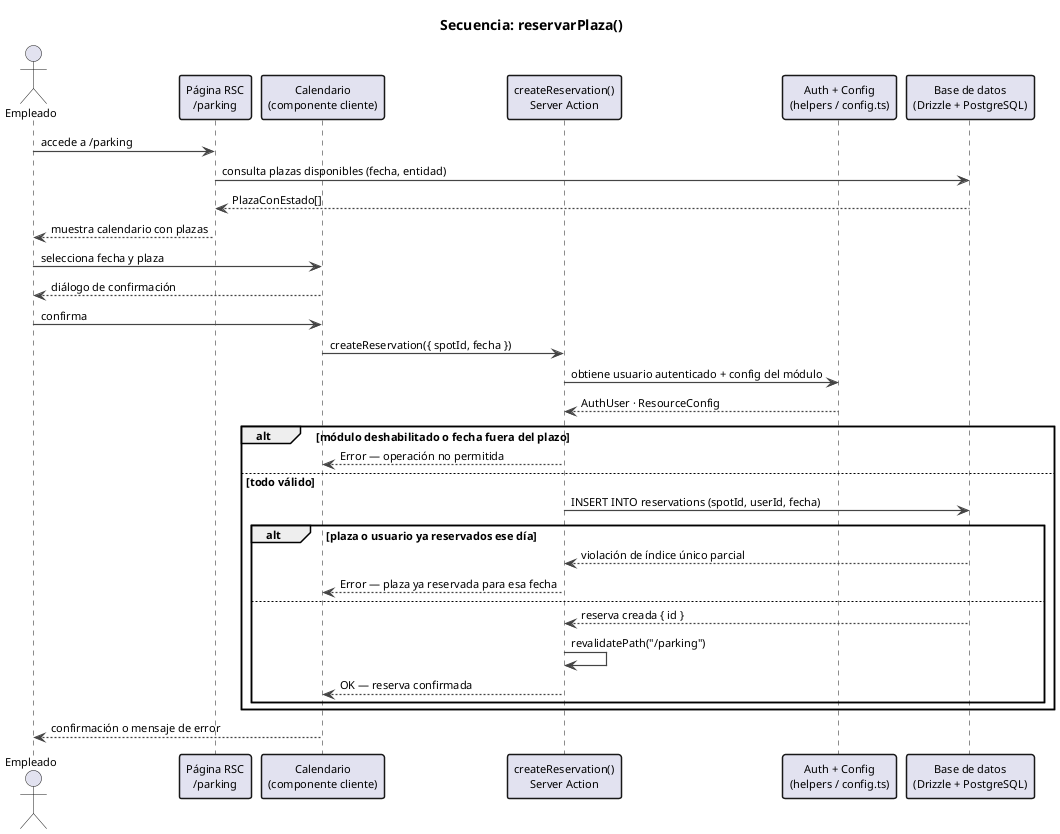
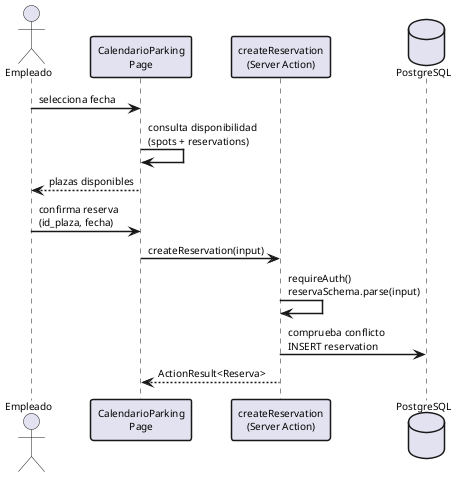
@startuml seqReservarPlaza
+ skinparam linetype polyline
+ skinparam defaultFontName Arial
+ skinparam defaultFontSize 10
+ skinparam sequenceArrowThickness 1.5
+ skinparam participantBorderThickness 1.5
+ skinparam shadowing false

- skinparam defaultFontName Arial
- skinparam defaultFontSize 11
- skinparam sequenceArrowThickness 1.2
- skinparam sequenceArrowColor #444444
- skinparam participantBorderThickness 1.5
- skinparam backgroundColor #FFFFFF
+ actor Empleado as E
+ participant "CalendarioParking\nPage" as Page
+ participant "createReservation\n(Server Action)" as Action
+ database "PostgreSQL" as DB

- title Secuencia: reservarPlaza()
+ E -> Page: selecciona fecha

- actor "Empleado" as U
- participant "Página RSC\n/parking" as Page
- participant "Calendario\n(componente cliente)" as CC
- participant "createReservation()\nServer Action" as SA
- participant "Auth + Config\n(helpers / config.ts)" as AuthCfg
- participant "Base de datos\n(Drizzle + PostgreSQL)" as DB
+ Page -> Page: consulta disponibilidad\n(spots + reservations)

- U -> Page : accede a /parking
- Page -> DB : consulta plazas disponibles (fecha, entidad)
- DB --> Page : PlazaConEstado[]
- Page --> U : muestra calendario con plazas
+ Page --> E: plazas disponibles

- U -> CC : selecciona fecha y plaza
- CC --> U : diálogo de confirmación
- U -> CC : confirma
+ E -> Page: confirma reserva\n(id_plaza, fecha)

- CC -> SA : createReservation({ spotId, fecha })
- SA -> AuthCfg : obtiene usuario autenticado + config del módulo
- AuthCfg --> SA : AuthUser · ResourceConfig
+ Page -> Action: createReservation(input)

- alt módulo deshabilitado o fecha fuera del plazo
-   SA --> CC : Error — operación no permitida
- else todo válido
-   SA -> DB : INSERT INTO reservations (spotId, userId, fecha)
-   alt plaza o usuario ya reservados ese día
-     DB --> SA : violación de índice único parcial
-     SA --> CC : Error — plaza ya reservada para esa fecha
-   else
-     DB --> SA : reserva creada { id }
-     SA -> SA : revalidatePath("/parking")
-     SA --> CC : OK — reserva confirmada
-   end
- end
+ Action -> Action: requireAuth()\nreservaSchema.parse(input)

- CC --> U : confirmación o mensaje de error
+ Action -> DB: comprueba conflicto\nINSERT reservation
+ 
+ Action --> Page: ActionResult<Reserva>

@enduml
